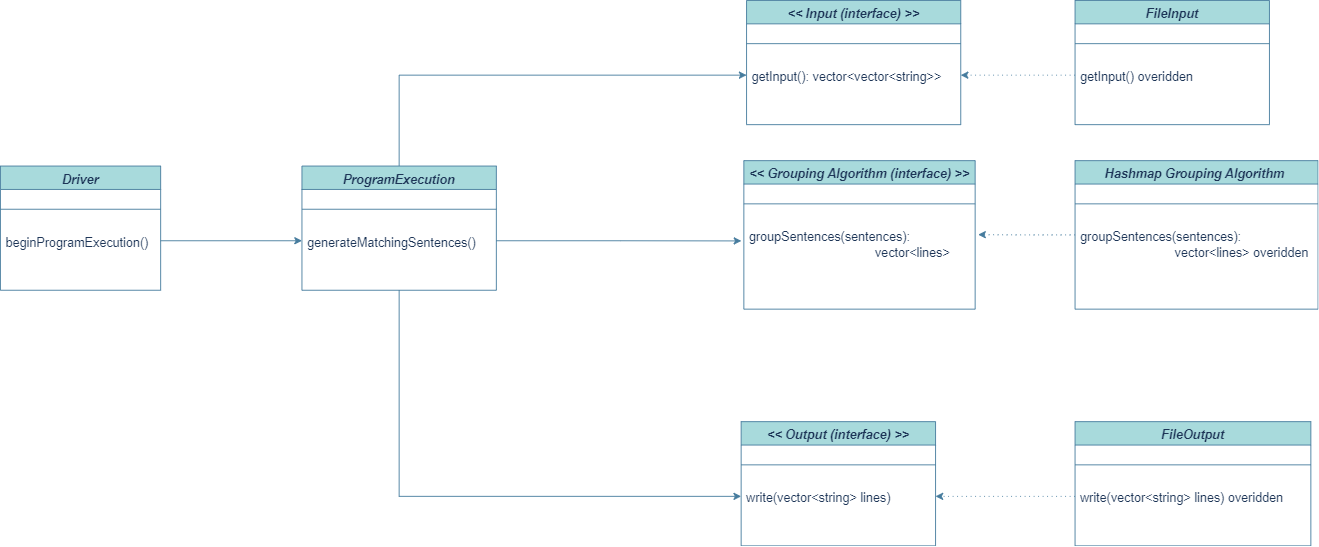
Earlier version of the draw.io export diagrams/ClassDiagram.png (abhioshar/CodingAssignment). Source tidied: cells renumbered, new cells last; positions are measured from the earlier drawing's top-left corner, leaving out a move shared by most shapes.
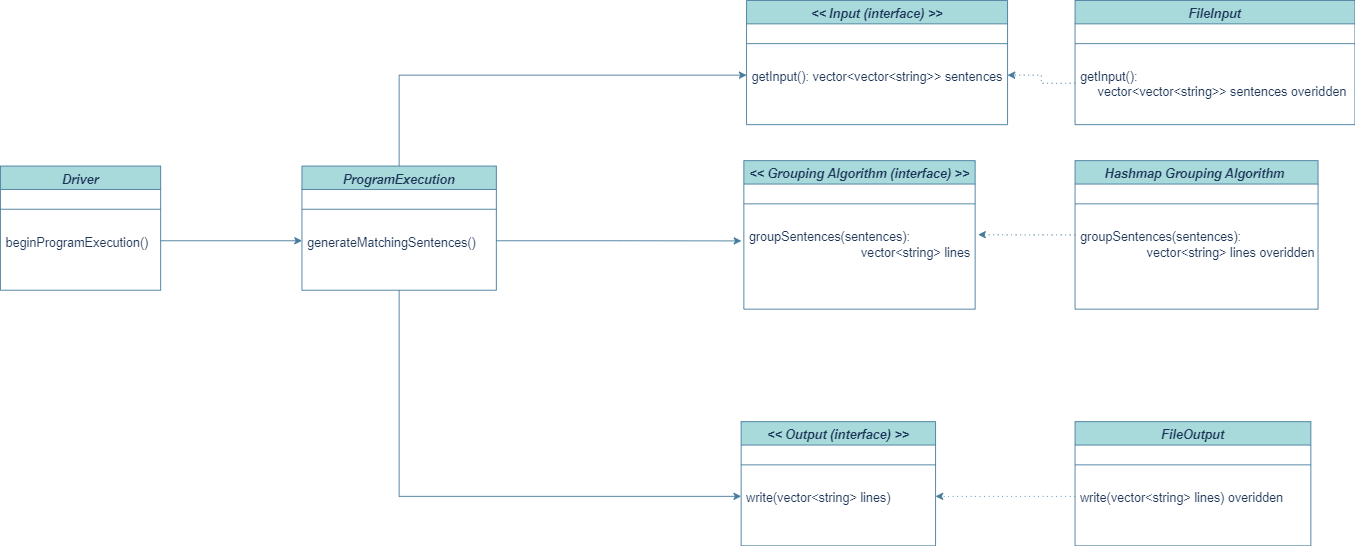
After the commit.

Diff of the diagram source:
```diff
@@ -27,13 +27,13 @@
       <mxGeometry y="70" width="216" height="26" as="geometry" />
     </mxCell>
     <mxCell id="10" value="&lt;&lt; Input (interface) &gt;&gt;" style="swimlane;fontStyle=3;align=center;verticalAlign=top;horizontal=1;startSize=26;rounded=0;shadow=0;strokeWidth=1;labelBackgroundColor=none;fillColor=#A8DADC;strokeColor=#457B9D;fontColor=#1D3557;fontSize=14;" parent="1" vertex="1">
-      <mxGeometry x="829" width="238" height="138" as="geometry" />
+      <mxGeometry x="829" width="290" height="138" as="geometry" />
     </mxCell>
     <mxCell id="11" style="line;html=1;strokeWidth=1;align=left;verticalAlign=middle;spacingTop=-1;spacingLeft=3;spacingRight=3;labelPosition=right;labelBackgroundColor=none;fillColor=#A8DADC;strokeColor=#457B9D;fontColor=#1D3557;" parent="10" vertex="1">
-      <mxGeometry y="26" width="238" height="44" as="geometry" />
+      <mxGeometry y="26" width="290" height="44" as="geometry" />
     </mxCell>
-    <mxCell id="12" value="getInput(): vector&lt;vector&lt;string&gt;&gt;" style="text;align=left;verticalAlign=top;spacingLeft=4;spacingRight=4;overflow=hidden;points=[[0,0.5],[1,0.5]];portConstraint=eastwest;labelBackgroundColor=none;fontColor=#1D3557;fontSize=14;" parent="10" vertex="1">
-      <mxGeometry y="70" width="238" height="26" as="geometry" />
+    <mxCell id="12" value="getInput(): vector&lt;vector&lt;string&gt;&gt; sentences " style="text;align=left;verticalAlign=top;spacingLeft=4;spacingRight=4;overflow=hidden;points=[[0,0.5],[1,0.5]];portConstraint=eastwest;labelBackgroundColor=none;fontColor=#1D3557;fontSize=14;" parent="10" vertex="1">
+      <mxGeometry y="70" width="290" height="26" as="geometry" />
     </mxCell>
     <mxCell id="13" value="&lt;&lt; Grouping Algorithm (interface) &gt;&gt;" style="swimlane;fontStyle=3;align=center;verticalAlign=top;horizontal=1;startSize=26;rounded=0;shadow=0;strokeWidth=1;labelBackgroundColor=none;fillColor=#A8DADC;strokeColor=#457B9D;fontColor=#1D3557;fontSize=14;" parent="1" vertex="1">
       <mxGeometry x="826" y="178" width="257" height="165" as="geometry" />
@@ -41,7 +41,7 @@
     <mxCell id="14" style="line;html=1;strokeWidth=1;align=left;verticalAlign=middle;spacingTop=-1;spacingLeft=3;spacingRight=3;labelPosition=right;labelBackgroundColor=none;fillColor=#A8DADC;strokeColor=#457B9D;fontColor=#1D3557;" parent="13" vertex="1">
       <mxGeometry y="26" width="257" height="44" as="geometry" />
     </mxCell>
-    <mxCell id="15" value="groupSentences(sentences): &#10;                                    vector&lt;lines&gt;" style="text;align=left;verticalAlign=top;spacingLeft=4;spacingRight=4;overflow=hidden;points=[[0,0.5],[1,0.5]];portConstraint=eastwest;labelBackgroundColor=none;fontColor=#1D3557;fontSize=14;" parent="13" vertex="1">
+    <mxCell id="15" value="groupSentences(sentences): &#10;                                vector&lt;string&gt; lines" style="text;align=left;verticalAlign=top;spacingLeft=4;spacingRight=4;overflow=hidden;points=[[0,0.5],[1,0.5]];portConstraint=eastwest;labelBackgroundColor=none;fontColor=#1D3557;fontSize=14;" parent="13" vertex="1">
       <mxGeometry y="70" width="257" height="52" as="geometry" />
     </mxCell>
     <mxCell id="16" value="&lt;&lt; Output (interface) &gt;&gt;" style="swimlane;fontStyle=3;align=center;verticalAlign=top;horizontal=1;startSize=26;rounded=0;shadow=0;strokeWidth=1;labelBackgroundColor=none;fillColor=#A8DADC;strokeColor=#457B9D;fontColor=#1D3557;fontSize=14;" parent="1" vertex="1">
@@ -57,13 +57,13 @@
       <mxGeometry relative="1" as="geometry" />
     </mxCell>
     <mxCell id="20" value="FileInput" style="swimlane;fontStyle=3;align=center;verticalAlign=top;horizontal=1;startSize=26;rounded=0;shadow=0;strokeWidth=1;labelBackgroundColor=none;fillColor=#A8DADC;strokeColor=#457B9D;fontColor=#1D3557;fontSize=14;" parent="1" vertex="1">
-      <mxGeometry x="1194" width="216" height="138" as="geometry" />
+      <mxGeometry x="1194" width="311" height="138" as="geometry" />
     </mxCell>
     <mxCell id="21" style="line;html=1;strokeWidth=1;align=left;verticalAlign=middle;spacingTop=-1;spacingLeft=3;spacingRight=3;labelPosition=right;labelBackgroundColor=none;fillColor=#A8DADC;strokeColor=#457B9D;fontColor=#1D3557;" parent="20" vertex="1">
-      <mxGeometry y="26" width="216" height="44" as="geometry" />
+      <mxGeometry y="26" width="311" height="44" as="geometry" />
     </mxCell>
-    <mxCell id="22" value="getInput() overidden" style="text;align=left;verticalAlign=top;spacingLeft=4;spacingRight=4;overflow=hidden;points=[[0,0.5],[1,0.5]];portConstraint=eastwest;labelBackgroundColor=none;fontColor=#1D3557;fontSize=14;" parent="20" vertex="1">
-      <mxGeometry y="70" width="216" height="26" as="geometry" />
+    <mxCell id="22" value="getInput(): &#10;     vector&lt;vector&lt;string&gt;&gt; sentences overidden" style="text;align=left;verticalAlign=top;spacingLeft=4;spacingRight=4;overflow=hidden;points=[[0,0.5],[1,0.5]];portConstraint=eastwest;labelBackgroundColor=none;fontColor=#1D3557;fontSize=14;" parent="20" vertex="1">
+      <mxGeometry y="70" width="311" height="44" as="geometry" />
     </mxCell>
     <mxCell id="23" value="FileOutput" style="swimlane;fontStyle=3;align=center;verticalAlign=top;horizontal=1;startSize=26;rounded=0;shadow=0;strokeWidth=1;labelBackgroundColor=none;fillColor=#A8DADC;strokeColor=#457B9D;fontColor=#1D3557;fontSize=14;" parent="1" vertex="1">
       <mxGeometry x="1194" y="468" width="262" height="138" as="geometry" />
@@ -83,7 +83,7 @@
     <mxCell id="28" style="line;html=1;strokeWidth=1;align=left;verticalAlign=middle;spacingTop=-1;spacingLeft=3;spacingRight=3;labelPosition=right;labelBackgroundColor=none;fillColor=#A8DADC;strokeColor=#457B9D;fontColor=#1D3557;" parent="27" vertex="1">
       <mxGeometry y="26" width="270" height="44" as="geometry" />
     </mxCell>
-    <mxCell id="29" value="groupSentences(sentences): &#10;                           vector&lt;lines&gt; overidden" style="text;align=left;verticalAlign=top;spacingLeft=4;spacingRight=4;overflow=hidden;labelBackgroundColor=none;fontColor=#1D3557;fontSize=14;" parent="27" vertex="1">
+    <mxCell id="29" value="groupSentences(sentences): &#10;                   vector&lt;string&gt; lines overidden" style="text;align=left;verticalAlign=top;spacingLeft=4;spacingRight=4;overflow=hidden;labelBackgroundColor=none;fontColor=#1D3557;fontSize=14;fontStyle=0;" parent="27" vertex="1">
       <mxGeometry y="70" width="270" height="52" as="geometry" />
     </mxCell>
     <mxCell id="30" style="edgeStyle=orthogonalEdgeStyle;rounded=0;jettySize=auto;html=1;exitX=1;exitY=0.5;exitDx=0;exitDy=0;entryX=-0.011;entryY=0.369;entryDx=0;entryDy=0;entryPerimeter=0;strokeColor=#457B9D;fontSize=14;fontColor=#1D3557;fillColor=#A8DADC;" parent="1" edge="1" source="9" target="15">
```
